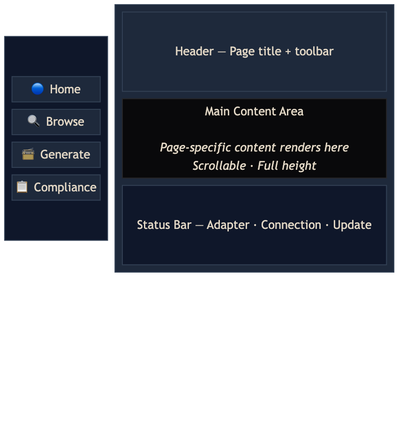
Earlier version of the Mermaid export docs/diagrams/APP-2-layout-wireframe.png (digimap2000/auracle). Its source is kept beside it as docs/diagrams/APP-2-layout-wireframe.mmd.
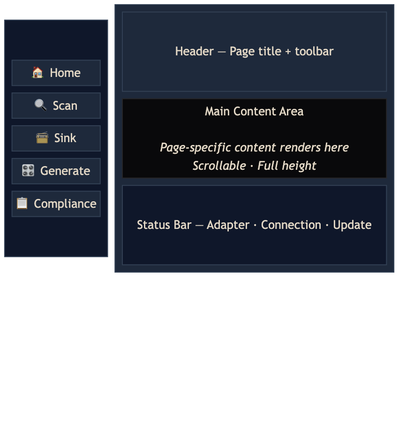
Later version of the same file.

The edit, as a diff of the source:
```diff
@@ -5,10 +5,11 @@
     block:rail:1
         columns 1
         space
-        A["🔵 Home"]
-        B["🔍 Browse"]
-        C["📻 Generate"]
-        D["📋 Compliance"]
+        A["🏠 Home"]
+        B["🔍 Scan"]
+        C["📻 Sink"]
+        D["🎛️ Generate"]
+        E["📋 Compliance"]
         space
     end
 
@@ -28,3 +29,4 @@
     style B fill:#1e293b,stroke:#334155,color:#e2e8f0
     style C fill:#1e293b,stroke:#334155,color:#e2e8f0
     style D fill:#1e293b,stroke:#334155,color:#e2e8f0
+    style E fill:#1e293b,stroke:#334155,color:#e2e8f0
```
